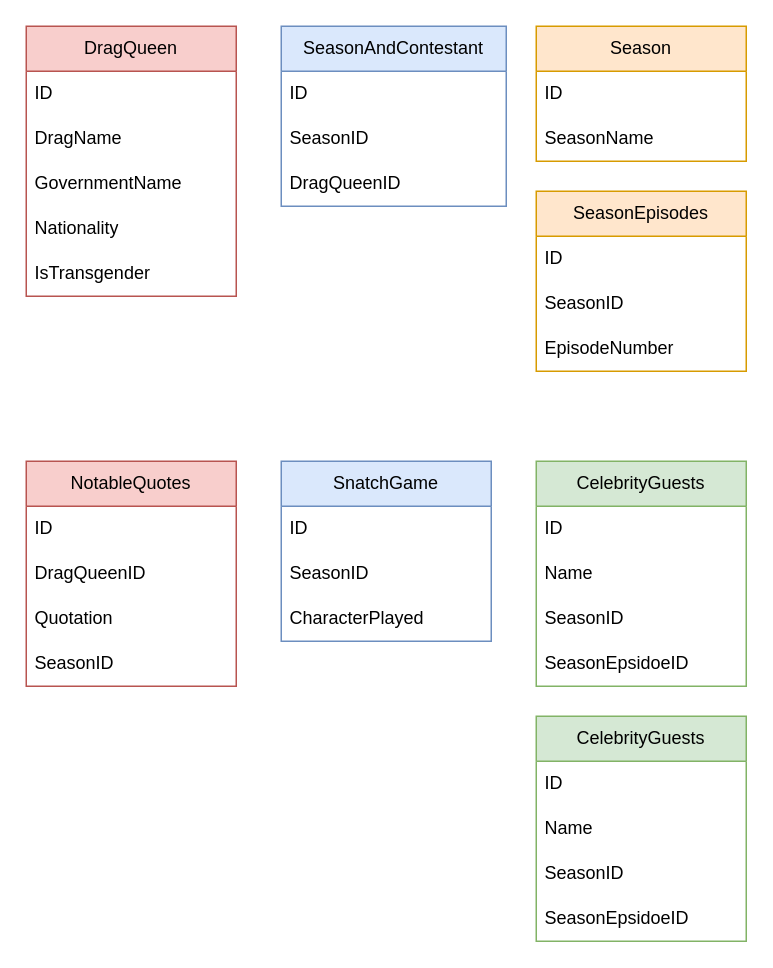
Earlier version of the draw.io diagram Rupaul's Drag Race.drawio (jellyfishfingers/RuPaulDragRace). Source tidied: cells renumbered, new cells numbered last; positions are measured from the earlier drawing's top-left corner, leaving out a move shared by most shapes. Both pictures are drawn from the tidied source at 150%, with x=0, y=0 at pixel (26, 26).
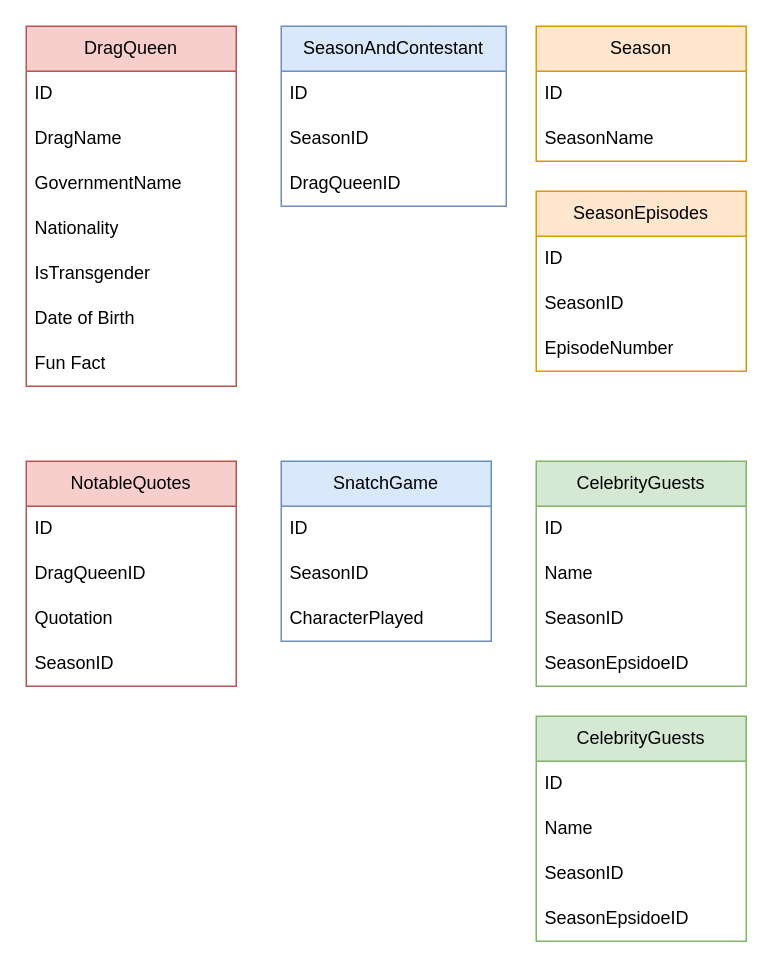
The same diagram, later.

Commit message:
Modified Drag Queen DB Diagram

What changed in the source:
```diff
@@
     <mxCell id="2" value="DragQueen" style="swimlane;fontStyle=0;horizontal=1;startSize=30;whiteSpace=wrap;html=1;fillColor=#f8cecc;strokeColor=#b85450;" parent="1" vertex="1">
-      <mxGeometry width="140" height="180" as="geometry" />
+      <mxGeometry width="140" height="240" as="geometry" />
     </mxCell>
@@
+    <mxCell id="38" value="Date of Birth" style="text;strokeColor=none;fillColor=none;align=left;verticalAlign=middle;spacingLeft=4;spacingRight=4;overflow=hidden;whiteSpace=wrap;html=1;" parent="2" vertex="1">
+      <mxGeometry y="180" width="140" height="30" as="geometry" />
+    </mxCell>
+    <mxCell id="39" value="Fun Fact" style="text;strokeColor=none;fillColor=none;align=left;verticalAlign=middle;spacingLeft=4;spacingRight=4;overflow=hidden;whiteSpace=wrap;html=1;" parent="2" vertex="1">
+      <mxGeometry y="210" width="140" height="30" as="geometry" />
+    </mxCell>
```
